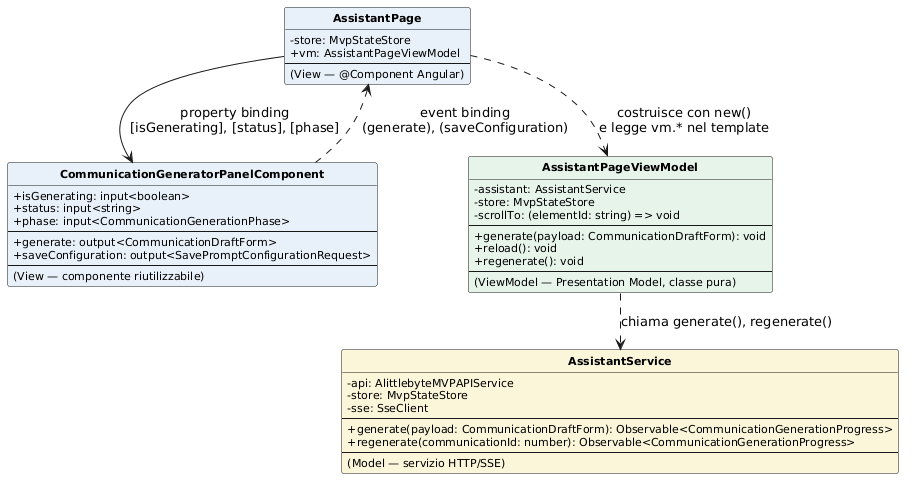
This is PB/Specifica Tecnica/ImmaginiSpecificaTecnica/Esagonale/frontend-mvvm-example.png from aLittleByte-19/Documentazione, a PlantUML export, as it was before one commit. The source it was exported from:
```plantuml
@startuml
skinparam classAttributeIconSize 0
skinparam classFontStyle bold
skinparam classFontSize 13
skinparam classAttributeFontSize 11
skinparam shadowing false
skinparam packageStyle rectangle
skinparam nodesep 30
skinparam ranksep 40
hide circle

class AssistantPage #E8F1FA {
  -store: MvpStateStore
  +vm: AssistantPageViewModel
  --
  (View — @Component Angular)
}

class CommunicationGeneratorPanelComponent #E8F1FA {
  +isGenerating: input<boolean>
  +status: input<string>
  +phase: input<CommunicationGenerationPhase>
  --
  +generate: output<CommunicationDraftForm>
  +saveConfiguration: output<SavePromptConfigurationRequest>
  --
  (View — componente riutilizzabile)
}

class AssistantPageViewModel #E6F4EA {
  -assistant: AssistantService
  -store: MvpStateStore
  -scrollTo: (elementId: string) => void
  --
  +generate(payload: CommunicationDraftForm): void
  +reload(): void
  +regenerate(): void
  --
  (ViewModel — Presentation Model, classe pura)
}

class AssistantService #FBF6D9 {
  -api: AlittlebyteMVPAPIService
  -store: MvpStateStore
  -sse: SseClient
  --
  +generate(payload: CommunicationDraftForm): Observable<CommunicationGenerationProgress>
  +regenerate(communicationId: number): Observable<CommunicationGenerationProgress>
  --
  (Model — servizio HTTP/SSE)
}

AssistantPage ..> AssistantPageViewModel : costruisce con new()\ne legge vm.* nel template
AssistantPage --> CommunicationGeneratorPanelComponent : property binding\n[isGenerating], [status], [phase]
CommunicationGeneratorPanelComponent ..> AssistantPage : event binding\n(generate), (saveConfiguration)
AssistantPageViewModel ..> AssistantService : chiama generate(), regenerate()
@enduml
```
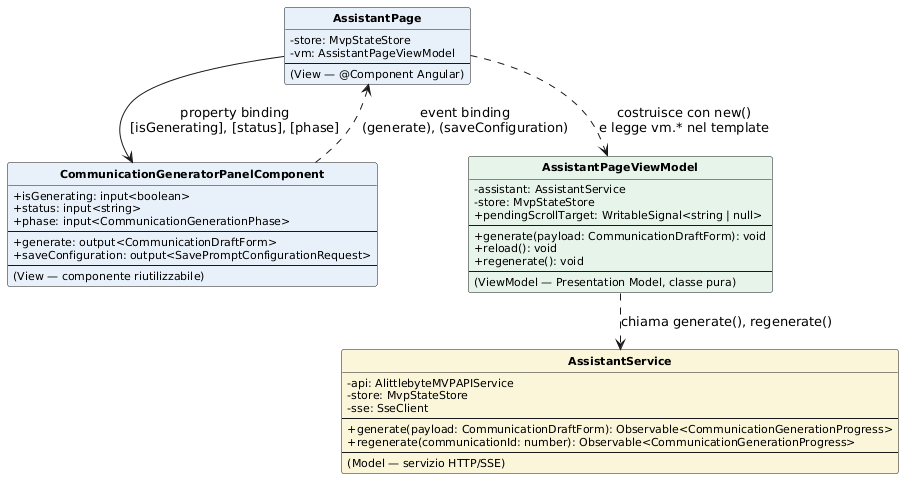
Above is the later version.

What changed in the source:
```diff
@@ -11,7 +11,7 @@
 
 class AssistantPage #E8F1FA {
   -store: MvpStateStore
-  +vm: AssistantPageViewModel
+  -vm: AssistantPageViewModel
   --
   (View — @Component Angular)
 }
@@ -30,7 +30,7 @@
 class AssistantPageViewModel #E6F4EA {
   -assistant: AssistantService
   -store: MvpStateStore
-  -scrollTo: (elementId: string) => void
+  +pendingScrollTarget: WritableSignal<string | null>
   --
   +generate(payload: CommunicationDraftForm): void
   +reload(): void
```
